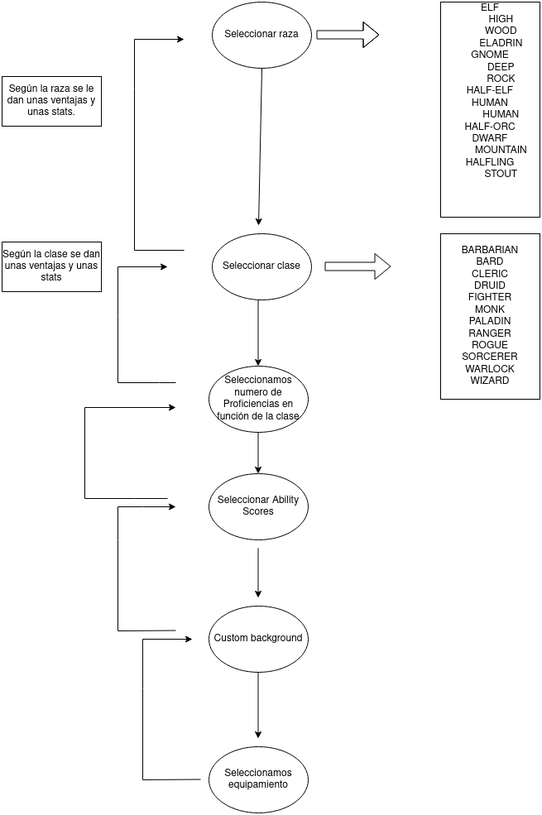
CarlosMunozRo/DnDCharlieRebolution keeps this draw.io diagram as Diagrama_D&D.drawio.png. Above is the earlier version. Source tidied: cells renumbered, new cells last; positions are measured from the earlier drawing's top-left corner, leaving out a move shared by most shapes.
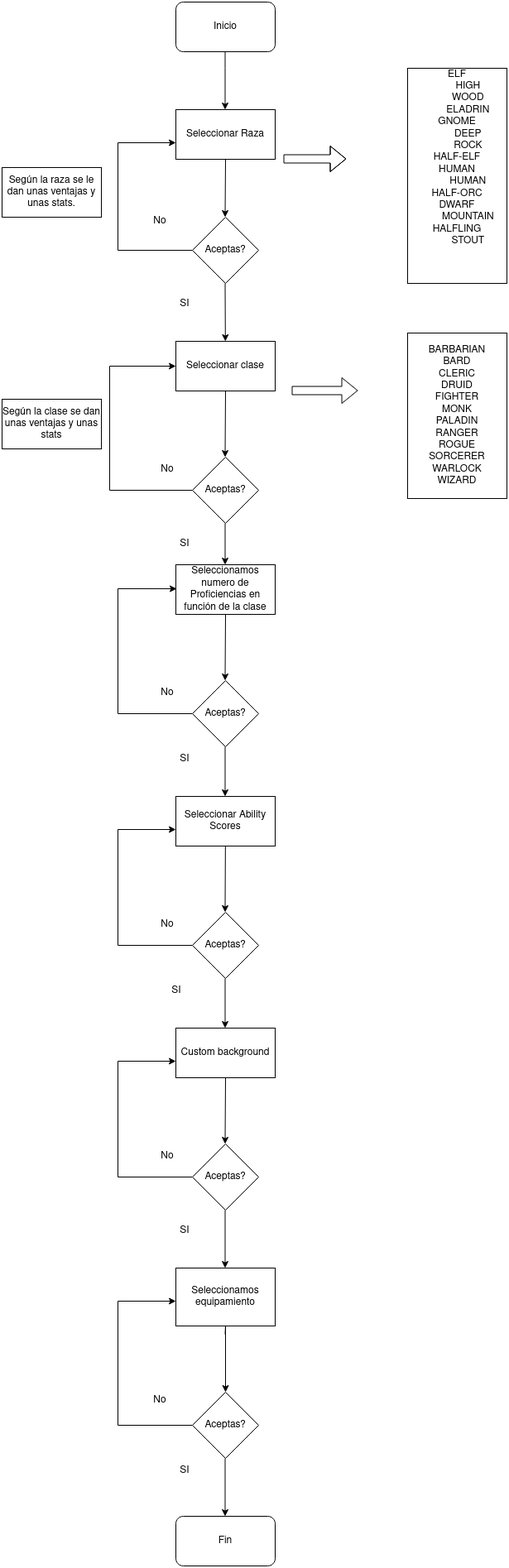
Later version of the same file.

Commit message:
diagrama de flujo arreglado

What changed in the source:
```diff
@@ -2,147 +2,243 @@
   <root>
     <mxCell id="0" />
     <mxCell id="1" parent="0" />
-    <mxCell id="2" value="Seleccionar raza" style="ellipse;whiteSpace=wrap;html=1;" parent="1" vertex="1">
-      <mxGeometry x="254" width="120" height="80" as="geometry" />
-    </mxCell>
-    <mxCell id="3" style="endArrow=classic;html=1;rounded=0;" parent="1" edge="1">
-      <mxGeometry relative="1" as="geometry">
-        <mxPoint x="314" y="80" as="sourcePoint" />
-        <mxPoint x="310" y="270" as="targetPoint" />
-      </mxGeometry>
-    </mxCell>
-    <mxCell id="4" value="Seleccionar clase" style="ellipse;whiteSpace=wrap;html=1;" parent="1" vertex="1">
-      <mxGeometry x="254" y="280" width="120" height="80" as="geometry" />
-    </mxCell>
     <mxCell id="5" style="shape=flexArrow;endArrow=classic;html=1;rounded=0;" parent="1" edge="1">
       <mxGeometry relative="1" as="geometry">
-        <mxPoint x="380" y="39.5" as="sourcePoint" />
-        <mxPoint x="456" y="39.5" as="targetPoint" />
+        <mxPoint x="349" y="-930.5" as="sourcePoint" />
+        <mxPoint x="425" y="-930.5" as="targetPoint" />
         <Array as="points">
-          <mxPoint x="496" y="39.5" />
+          <mxPoint x="465" y="-930.5" />
         </Array>
       </mxGeometry>
     </mxCell>
     <mxCell id="6" value="&lt;div&gt;ELF&lt;/div&gt;&lt;div&gt;&lt;span&gt;&#9;&lt;/span&gt;&lt;span style=&quot;white-space: pre&quot;&gt;&#9;&lt;/span&gt;HIGH&lt;/div&gt;&lt;div&gt;&lt;span&gt;&#9;&lt;/span&gt;&lt;span style=&quot;white-space: pre&quot;&gt;&#9;&lt;/span&gt;WOOD&lt;/div&gt;&lt;div&gt;&lt;span style=&quot;white-space: pre&quot;&gt;&#9;&lt;/span&gt;ELADRIN&lt;/div&gt;&lt;div&gt;GNOME&lt;/div&gt;&lt;div&gt;&lt;span&gt;&#9;&lt;span style=&quot;white-space: pre&quot;&gt;&#9;&lt;/span&gt;DEEP&lt;/span&gt;&lt;/div&gt;&lt;div&gt;&lt;span&gt;&#9;&lt;/span&gt;&lt;span style=&quot;white-space: pre&quot;&gt;&#9;&lt;/span&gt;ROCK&lt;br&gt;&lt;/div&gt;&lt;div&gt;HALF-ELF&lt;/div&gt;&lt;div&gt;HUMAN&lt;/div&gt;&lt;div&gt;&lt;span&gt;&#9;&lt;/span&gt;&lt;span style=&quot;white-space: pre&quot;&gt;&#9;&lt;/span&gt;HUMAN&lt;br&gt;&lt;/div&gt;&lt;div&gt;HALF-ORC&lt;/div&gt;&lt;div&gt;DWARF&lt;/div&gt;&lt;div&gt;&lt;span&gt;&#9;&lt;/span&gt;&lt;span style=&quot;white-space: pre&quot;&gt;&#9;&lt;/span&gt;MOUNTAIN&lt;/div&gt;&lt;div&gt;HALFLING&lt;/div&gt;&lt;div&gt;&lt;span&gt;&#9;&lt;/span&gt;&lt;span style=&quot;white-space: pre&quot;&gt;&#9;&lt;/span&gt;STOUT&lt;br&gt;&lt;/div&gt;&lt;div&gt;&lt;br&gt;&lt;/div&gt;&lt;div&gt;&lt;br&gt;&lt;br&gt;&lt;/div&gt;" style="rounded=0;whiteSpace=wrap;html=1;rotation=0;" parent="1" vertex="1">
-      <mxGeometry x="530" width="120" height="260" as="geometry" />
+      <mxGeometry x="499" y="-1040" width="120" height="260" as="geometry" />
     </mxCell>
     <mxCell id="7" value="&lt;div&gt;BARBARIAN&lt;/div&gt;&lt;div&gt;BARD&lt;/div&gt;&lt;div&gt;CLERIC&lt;/div&gt;&lt;div&gt;DRUID&lt;/div&gt;&lt;div&gt;FIGHTER&lt;/div&gt;&lt;div&gt;MONK&lt;/div&gt;&lt;div&gt;PALADIN&lt;/div&gt;&lt;div&gt;RANGER&lt;/div&gt;&lt;div&gt;ROGUE&lt;/div&gt;&lt;div&gt;SORCERER&lt;/div&gt;&lt;div&gt;WARLOCK&lt;/div&gt;&lt;div&gt;WIZARD&lt;br&gt;&lt;/div&gt;" style="rounded=0;whiteSpace=wrap;html=1;" parent="1" vertex="1">
-      <mxGeometry x="530" y="280" width="120" height="200" as="geometry" />
+      <mxGeometry x="499" y="-720" width="120" height="200" as="geometry" />
     </mxCell>
     <mxCell id="8" style="shape=flexArrow;endArrow=classic;html=1;rounded=0;" parent="1" edge="1">
       <mxGeometry relative="1" as="geometry">
-        <mxPoint x="390" y="319.5" as="sourcePoint" />
-        <mxPoint x="470" y="319.5" as="targetPoint" />
+        <mxPoint x="359" y="-650.5" as="sourcePoint" />
+        <mxPoint x="439" y="-650.5" as="targetPoint" />
       </mxGeometry>
     </mxCell>
-    <mxCell id="9" style="endArrow=classic;html=1;rounded=0;" parent="1" edge="1">
-      <mxGeometry relative="1" as="geometry">
-        <mxPoint x="309.5" y="360" as="sourcePoint" />
-        <mxPoint x="309.5" y="440" as="targetPoint" />
-      </mxGeometry>
-    </mxCell>
     <mxCell id="10" value="Según la raza se le dan unas ventajas y unas stats." style="rounded=0;whiteSpace=wrap;html=1;" parent="1" vertex="1">
-      <mxGeometry y="90" width="120" height="60" as="geometry" />
+      <mxGeometry x="9" y="-920" width="120" height="60" as="geometry" />
     </mxCell>
+    <mxCell id="12" value="&lt;div&gt;Según la clase se dan unas ventajas y unas stats&lt;/div&gt;" style="rounded=0;whiteSpace=wrap;html=1;" parent="1" vertex="1">
+      <mxGeometry x="9" y="-640" width="120" height="60" as="geometry" />
+    </mxCell>
+    <mxCell id="24" style="edgeStyle=orthogonalEdgeStyle;rounded=0;jettySize=auto;html=1;entryX=0;entryY=0.5;entryDx=0;entryDy=0;" parent="1" edge="1" source="25">
+      <mxGeometry relative="1" as="geometry">
+        <mxPoint x="219" y="-950" as="targetPoint" />
+        <Array as="points">
+          <mxPoint x="149" y="-820" />
+          <mxPoint x="149" y="-950" />
+        </Array>
+      </mxGeometry>
+    </mxCell>
+    <mxCell id="25" value="Aceptas?" style="rhombus;whiteSpace=wrap;html=1;" parent="1" vertex="1">
+      <mxGeometry x="239" y="-860" width="80" height="80" as="geometry" />
+    </mxCell>
+    <mxCell id="26" style="endArrow=classic;html=1;rounded=0;" parent="1" edge="1">
+      <mxGeometry relative="1" as="geometry">
+        <mxPoint x="278.5" y="-780" as="sourcePoint" />
+        <mxPoint x="278.8" y="-710" as="targetPoint" />
+      </mxGeometry>
+    </mxCell>
+    <mxCell id="27" style="edgeStyle=orthogonalEdgeStyle;rounded=0;jettySize=auto;html=1;exitX=0;exitY=0.5;exitDx=0;exitDy=0;entryX=0;entryY=0.375;entryDx=0;entryDy=0;entryPerimeter=0;" parent="1" edge="1" source="28">
+      <mxGeometry relative="1" as="geometry">
+        <mxPoint x="219" y="-680" as="targetPoint" />
+        <Array as="points">
+          <mxPoint x="139" y="-530" />
+          <mxPoint x="139" y="-680" />
+        </Array>
+      </mxGeometry>
+    </mxCell>
+    <mxCell id="28" value="Aceptas?" style="rhombus;whiteSpace=wrap;html=1;" parent="1" vertex="1">
+      <mxGeometry x="239" y="-570" width="80" height="80" as="geometry" />
+    </mxCell>
+    <mxCell id="29" style="edgeStyle=orthogonalEdgeStyle;rounded=0;jettySize=auto;html=1;entryX=0;entryY=0.5;entryDx=0;entryDy=0;" parent="1" edge="1" source="30">
+      <mxGeometry relative="1" as="geometry">
+        <mxPoint x="219" y="160" as="targetPoint" />
+        <Array as="points">
+          <mxPoint x="149" y="300" />
+          <mxPoint x="149" y="160" />
+        </Array>
+      </mxGeometry>
+    </mxCell>
+    <mxCell id="30" value="Aceptas?" style="rhombus;whiteSpace=wrap;html=1;" parent="1" vertex="1">
+      <mxGeometry x="239" y="260" width="80" height="80" as="geometry" />
+    </mxCell>
+    <mxCell id="31" style="edgeStyle=orthogonalEdgeStyle;rounded=0;jettySize=auto;html=1;exitX=0;exitY=0.5;exitDx=0;exitDy=0;entryX=0.008;entryY=0.363;entryDx=0;entryDy=0;entryPerimeter=0;" parent="1" edge="1" source="32">
+      <mxGeometry relative="1" as="geometry">
+        <mxPoint x="220" y="-411" as="targetPoint" />
+        <Array as="points">
+          <mxPoint x="149" y="-260" />
+          <mxPoint x="149" y="-411" />
+        </Array>
+      </mxGeometry>
+    </mxCell>
+    <mxCell id="32" value="Aceptas?" style="rhombus;whiteSpace=wrap;html=1;" parent="1" vertex="1">
+      <mxGeometry x="239" y="-300" width="80" height="80" as="geometry" />
+    </mxCell>
+    <mxCell id="33" style="edgeStyle=orthogonalEdgeStyle;rounded=0;jettySize=auto;html=1;entryX=0;entryY=0.5;entryDx=0;entryDy=0;" parent="1" edge="1" source="34">
+      <mxGeometry relative="1" as="geometry">
+        <mxPoint x="219" y="-120" as="targetPoint" />
+        <Array as="points">
+          <mxPoint x="149" y="20" />
+          <mxPoint x="149" y="-120" />
+        </Array>
+      </mxGeometry>
+    </mxCell>
+    <mxCell id="34" value="Aceptas?" style="rhombus;whiteSpace=wrap;html=1;" parent="1" vertex="1">
+      <mxGeometry x="239" y="-20" width="80" height="80" as="geometry" />
+    </mxCell>
+    <mxCell id="35" style="endArrow=classic;html=1;rounded=0;exitX=0.5;exitY=1;exitDx=0;exitDy=0;" parent="1" edge="1" source="53">
+      <mxGeometry relative="1" as="geometry">
+        <mxPoint x="278.5" y="-860" as="targetPoint" />
+      </mxGeometry>
+    </mxCell>
+    <mxCell id="36" style="endArrow=classic;html=1;rounded=0;exitX=0.5;exitY=1;exitDx=0;exitDy=0;" parent="1" edge="1" source="4">
+      <mxGeometry relative="1" as="geometry">
+        <mxPoint x="278.5" y="-570" as="targetPoint" />
+      </mxGeometry>
+    </mxCell>
+    <mxCell id="37" style="endArrow=classic;html=1;rounded=0;" parent="1" edge="1">
+      <mxGeometry relative="1" as="geometry">
+        <mxPoint x="278.5" y="-490" as="sourcePoint" />
+        <mxPoint x="278.5" y="-440" as="targetPoint" />
+      </mxGeometry>
+    </mxCell>
+    <mxCell id="38" style="endArrow=classic;html=1;rounded=0;exitX=0.5;exitY=1;exitDx=0;exitDy=0;" parent="1" edge="1" source="11">
+      <mxGeometry relative="1" as="geometry">
+        <mxPoint x="278.5" y="-300" as="targetPoint" />
+      </mxGeometry>
+    </mxCell>
+    <mxCell id="39" style="endArrow=classic;html=1;rounded=0;" parent="1" edge="1">
+      <mxGeometry relative="1" as="geometry">
+        <mxPoint x="278.5" y="-220" as="sourcePoint" />
+        <mxPoint x="278.5" y="-160" as="targetPoint" />
+      </mxGeometry>
+    </mxCell>
+    <mxCell id="40" style="endArrow=classic;html=1;rounded=0;" parent="1" edge="1" source="14">
+      <mxGeometry relative="1" as="geometry">
+        <mxPoint x="278.5" y="-20" as="targetPoint" />
+      </mxGeometry>
+    </mxCell>
+    <mxCell id="41" style="endArrow=classic;html=1;rounded=0;" parent="1" edge="1">
+      <mxGeometry relative="1" as="geometry">
+        <mxPoint x="278.5" y="60" as="sourcePoint" />
+        <mxPoint x="278.5" y="120" as="targetPoint" />
+      </mxGeometry>
+    </mxCell>
+    <mxCell id="42" style="endArrow=classic;html=1;rounded=0;exitX=0.5;exitY=1;exitDx=0;exitDy=0;" parent="1" edge="1" source="16">
+      <mxGeometry relative="1" as="geometry">
+        <mxPoint x="278.5" y="260" as="targetPoint" />
+      </mxGeometry>
+    </mxCell>
+    <mxCell id="43" style="endArrow=classic;html=1;rounded=0;" parent="1" edge="1">
+      <mxGeometry relative="1" as="geometry">
+        <mxPoint x="278.5" y="340" as="sourcePoint" />
+        <mxPoint x="278.5" y="410" as="targetPoint" />
+      </mxGeometry>
+    </mxCell>
+    <mxCell id="44" style="endArrow=classic;html=1;rounded=0;" parent="1" edge="1">
+      <mxGeometry relative="1" as="geometry">
+        <mxPoint x="278.5" y="490" as="sourcePoint" />
+        <mxPoint x="279" y="560" as="targetPoint" />
+        <Array as="points">
+          <mxPoint x="279" y="480" />
+        </Array>
+      </mxGeometry>
+    </mxCell>
+    <mxCell id="45" style="edgeStyle=orthogonalEdgeStyle;rounded=0;jettySize=auto;html=1;entryX=0;entryY=0.5;entryDx=0;entryDy=0;" parent="1" edge="1" source="46">
+      <mxGeometry relative="1" as="geometry">
+        <mxPoint x="219" y="450" as="targetPoint" />
+        <Array as="points">
+          <mxPoint x="149" y="600" />
+          <mxPoint x="149" y="450" />
+        </Array>
+      </mxGeometry>
+    </mxCell>
+    <mxCell id="46" value="Aceptas?" style="rhombus;whiteSpace=wrap;html=1;" parent="1" vertex="1">
+      <mxGeometry x="239" y="560" width="80" height="80" as="geometry" />
+    </mxCell>
+    <mxCell id="47" style="endArrow=classic;html=1;rounded=0;" parent="1" edge="1">
+      <mxGeometry relative="1" as="geometry">
+        <mxPoint x="278.5" y="640" as="sourcePoint" />
+        <mxPoint x="278.5" y="710" as="targetPoint" />
+      </mxGeometry>
+    </mxCell>
+    <mxCell id="48" value="Fin" style="rounded=1;whiteSpace=wrap;html=1;" parent="1" vertex="1">
+      <mxGeometry x="219" y="710" width="120" height="60" as="geometry" />
+    </mxCell>
+    <mxCell id="49" value="Inicio" style="rounded=1;whiteSpace=wrap;html=1;" parent="1" vertex="1">
+      <mxGeometry x="219" y="-1120" width="120" height="60" as="geometry" />
+    </mxCell>
+    <mxCell id="50" style="endArrow=classic;html=1;rounded=0;" parent="1" edge="1">
+      <mxGeometry relative="1" as="geometry">
+        <mxPoint x="278.5" y="-1060" as="sourcePoint" />
+        <mxPoint x="278.5" y="-990" as="targetPoint" />
+        <Array as="points">
+          <mxPoint x="278.5" y="-1040" />
+        </Array>
+      </mxGeometry>
+    </mxCell>
+    <mxCell id="51" value="SI" style="text;html=1;strokeColor=none;fillColor=none;align=center;verticalAlign=middle;whiteSpace=wrap;rounded=0;" parent="1" vertex="1">
+      <mxGeometry x="200" y="-770" width="60" height="30" as="geometry" />
+    </mxCell>
+    <mxCell id="52" value="No" style="text;html=1;strokeColor=none;fillColor=none;align=center;verticalAlign=middle;whiteSpace=wrap;rounded=0;" parent="1" vertex="1">
+      <mxGeometry x="170" y="-870" width="60" height="30" as="geometry" />
+    </mxCell>
+    <mxCell id="53" value="&lt;div&gt;Seleccionar Raza&lt;/div&gt;" style="rounded=0;whiteSpace=wrap;html=1;" parent="1" vertex="1">
+      <mxGeometry x="219" y="-990" width="120" height="60" as="geometry" />
+    </mxCell>
+    <mxCell id="4" value="Seleccionar clase" style="rounded=0;whiteSpace=wrap;html=1;" parent="1" vertex="1">
+      <mxGeometry x="219" y="-710" width="120" height="60" as="geometry" />
+    </mxCell>
-    <mxCell id="11" value="Seleccionamos numero de Proficiencias en función de la clase" style="ellipse;whiteSpace=wrap;html=1;" parent="1" vertex="1">
-      <mxGeometry x="250" y="440" width="120" height="80" as="geometry" />
+    <mxCell id="11" value="Seleccionamos numero de Proficiencias en función de la clase" style="rounded=0;whiteSpace=wrap;html=1;" parent="1" vertex="1">
+      <mxGeometry x="219" y="-440" width="120" height="60" as="geometry" />
     </mxCell>
-    <mxCell id="12" value="&lt;div&gt;Según la clase se dan unas ventajas y unas stats&lt;/div&gt;" style="rounded=0;whiteSpace=wrap;html=1;" parent="1" vertex="1">
-      <mxGeometry y="290" width="120" height="60" as="geometry" />
-    </mxCell>
-    <mxCell id="13" style="endArrow=classic;html=1;rounded=0;" parent="1" edge="1">
-      <mxGeometry relative="1" as="geometry">
-        <mxPoint x="309.5" y="520" as="sourcePoint" />
-        <mxPoint x="309.5" y="570" as="targetPoint" />
-        <Array as="points">
-          <mxPoint x="309.5" y="540" />
-        </Array>
-      </mxGeometry>
-    </mxCell>
-    <mxCell id="14" value="Seleccionar Ability Scores" style="ellipse;whiteSpace=wrap;html=1;" parent="1" vertex="1">
-      <mxGeometry x="250" y="570" width="120" height="80" as="geometry" />
+    <mxCell id="14" value="Seleccionar Ability Scores" style="rounded=0;whiteSpace=wrap;html=1;" parent="1" vertex="1">
+      <mxGeometry x="219" y="-160" width="120" height="60" as="geometry" />
     </mxCell>
-    <mxCell id="15" style="endArrow=classic;html=1;rounded=0;" parent="1" edge="1">
-      <mxGeometry relative="1" as="geometry">
-        <mxPoint x="309.5" y="660" as="sourcePoint" />
-        <mxPoint x="309.5" y="720" as="targetPoint" />
-        <Array as="points">
-          <mxPoint x="309.5" y="690" />
-        </Array>
-      </mxGeometry>
-    </mxCell>
-    <mxCell id="16" value="Custom background" style="ellipse;whiteSpace=wrap;html=1;" parent="1" vertex="1">
-      <mxGeometry x="250" y="730" width="120" height="80" as="geometry" />
+    <mxCell id="16" value="Custom background" style="rounded=0;whiteSpace=wrap;html=1;" parent="1" vertex="1">
+      <mxGeometry x="219" y="120" width="120" height="60" as="geometry" />
     </mxCell>
-    <mxCell id="17" style="endArrow=classic;html=1;rounded=0;" parent="1" edge="1">
-      <mxGeometry relative="1" as="geometry">
-        <mxPoint x="309.5" y="810" as="sourcePoint" />
-        <mxPoint x="309.5" y="890" as="targetPoint" />
-      </mxGeometry>
-    </mxCell>
-    <mxCell id="18" value="&lt;div&gt;Seleccionamos equipamiento&lt;/div&gt;" style="ellipse;whiteSpace=wrap;html=1;" parent="1" vertex="1">
-      <mxGeometry x="250" y="900" width="120" height="80" as="geometry" />
+    <mxCell id="18" value="&lt;div&gt;Seleccionamos equipamiento&lt;/div&gt;" style="rounded=0;whiteSpace=wrap;html=1;" parent="1" vertex="1">
+      <mxGeometry x="219" y="410" width="120" height="70" as="geometry" />
     </mxCell>
-    <mxCell id="19" style="endArrow=classic;html=1;rounded=0;" parent="1" edge="1">
-      <mxGeometry relative="1" as="geometry">
-        <mxPoint x="240" y="939.5" as="sourcePoint" />
-        <mxPoint x="230" y="770" as="targetPoint" />
-        <Array as="points">
-          <mxPoint x="170" y="940" />
-          <mxPoint x="170" y="830" />
-          <mxPoint x="170" y="770" />
-          <mxPoint x="230" y="770" />
-        </Array>
-      </mxGeometry>
-    </mxCell>
-    <mxCell id="20" style="endArrow=classic;html=1;rounded=0;" parent="1" edge="1">
-      <mxGeometry relative="1" as="geometry">
-        <mxPoint x="210" y="759.5" as="sourcePoint" />
-        <mxPoint x="210" y="610" as="targetPoint" />
-        <Array as="points">
-          <mxPoint x="140" y="760" />
-          <mxPoint x="140" y="650" />
-          <mxPoint x="140" y="610" />
-          <mxPoint x="170" y="610" />
-        </Array>
-      </mxGeometry>
-    </mxCell>
-    <mxCell id="21" style="endArrow=classic;html=1;rounded=0;" parent="1" edge="1">
-      <mxGeometry relative="1" as="geometry">
-        <mxPoint x="210" y="460" as="sourcePoint" />
-        <mxPoint x="200" y="320" as="targetPoint" />
-        <Array as="points">
-          <mxPoint x="190" y="460" />
-          <mxPoint x="140" y="460" />
-          <mxPoint x="140" y="380" />
-          <mxPoint x="140" y="320" />
-          <mxPoint x="200" y="320" />
-        </Array>
-      </mxGeometry>
-    </mxCell>
-    <mxCell id="22" style="endArrow=classic;html=1;rounded=0;" parent="1" edge="1">
-      <mxGeometry relative="1" as="geometry">
-        <mxPoint x="220" y="300" as="sourcePoint" />
-        <mxPoint x="220" y="45" as="targetPoint" />
-        <Array as="points">
-          <mxPoint x="220" y="300" />
-          <mxPoint x="160" y="300" />
-          <mxPoint x="160" y="105" />
-          <mxPoint x="160" y="45" />
-          <mxPoint x="220" y="45" />
-        </Array>
-      </mxGeometry>
-    </mxCell>
-    <mxCell id="23" style="endArrow=classic;html=1;rounded=0;" parent="1" edge="1">
-      <mxGeometry relative="1" as="geometry">
-        <mxPoint x="200" y="600" as="sourcePoint" />
-        <mxPoint x="210" y="490" as="targetPoint" />
-        <Array as="points">
-          <mxPoint x="160" y="600" />
-          <mxPoint x="100" y="600" />
-          <mxPoint x="100" y="490" />
-        </Array>
-      </mxGeometry>
-    </mxCell>
+    <mxCell id="54" value="SI" style="text;html=1;strokeColor=none;fillColor=none;align=center;verticalAlign=middle;whiteSpace=wrap;rounded=0;" parent="1" vertex="1">
+      <mxGeometry x="200" y="-480" width="60" height="30" as="geometry" />
+    </mxCell>
+    <mxCell id="55" value="SI" style="text;html=1;strokeColor=none;fillColor=none;align=center;verticalAlign=middle;whiteSpace=wrap;rounded=0;" parent="1" vertex="1">
+      <mxGeometry x="200" y="-220" width="60" height="30" as="geometry" />
+    </mxCell>
+    <mxCell id="56" value="SI" style="text;html=1;strokeColor=none;fillColor=none;align=center;verticalAlign=middle;whiteSpace=wrap;rounded=0;" parent="1" vertex="1">
+      <mxGeometry x="190" y="60" width="60" height="30" as="geometry" />
+    </mxCell>
+    <mxCell id="57" value="SI" style="text;html=1;strokeColor=none;fillColor=none;align=center;verticalAlign=middle;whiteSpace=wrap;rounded=0;" parent="1" vertex="1">
+      <mxGeometry x="200" y="350" width="60" height="30" as="geometry" />
+    </mxCell>
+    <mxCell id="58" value="SI" style="text;html=1;strokeColor=none;fillColor=none;align=center;verticalAlign=middle;whiteSpace=wrap;rounded=0;" parent="1" vertex="1">
+      <mxGeometry x="200" y="640" width="60" height="30" as="geometry" />
+    </mxCell>
+    <mxCell id="59" value="No" style="text;html=1;strokeColor=none;fillColor=none;align=center;verticalAlign=middle;whiteSpace=wrap;rounded=0;" parent="1" vertex="1">
+      <mxGeometry x="179" y="-570" width="60" height="30" as="geometry" />
+    </mxCell>
+    <mxCell id="60" value="No" style="text;html=1;strokeColor=none;fillColor=none;align=center;verticalAlign=middle;whiteSpace=wrap;rounded=0;" parent="1" vertex="1">
+      <mxGeometry x="179" y="-300" width="60" height="30" as="geometry" />
+    </mxCell>
+    <mxCell id="61" value="No" style="text;html=1;strokeColor=none;fillColor=none;align=center;verticalAlign=middle;whiteSpace=wrap;rounded=0;" parent="1" vertex="1">
+      <mxGeometry x="179" y="-20" width="60" height="30" as="geometry" />
+    </mxCell>
+    <mxCell id="62" value="No" style="text;html=1;strokeColor=none;fillColor=none;align=center;verticalAlign=middle;whiteSpace=wrap;rounded=0;" parent="1" vertex="1">
+      <mxGeometry x="179" y="260" width="60" height="30" as="geometry" />
+    </mxCell>
+    <mxCell id="63" value="No" style="text;html=1;strokeColor=none;fillColor=none;align=center;verticalAlign=middle;whiteSpace=wrap;rounded=0;" parent="1" vertex="1">
+      <mxGeometry x="170" y="555" width="60" height="30" as="geometry" />
+    </mxCell>
   </root>
 </mxGraphModel>
```
